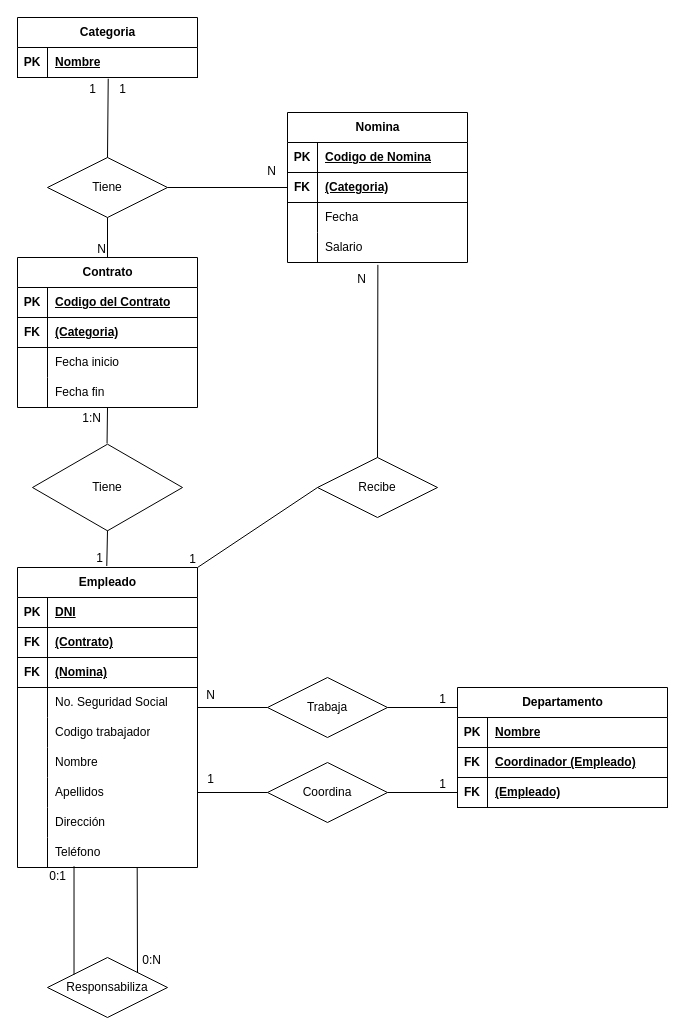
Above: Ejercicio_7_Organigrama.drawio in BasementHalfStackDev/ejercicios-ud12 (draw.io), before the change. Source tidied: cells renumbered, new cells numbered last; positions are measured from the earlier drawing's top-left corner, leaving out a move shared by most shapes. Both pictures are drawn from the tidied source at 100%, with x=0, y=0 at pixel (17, 17).
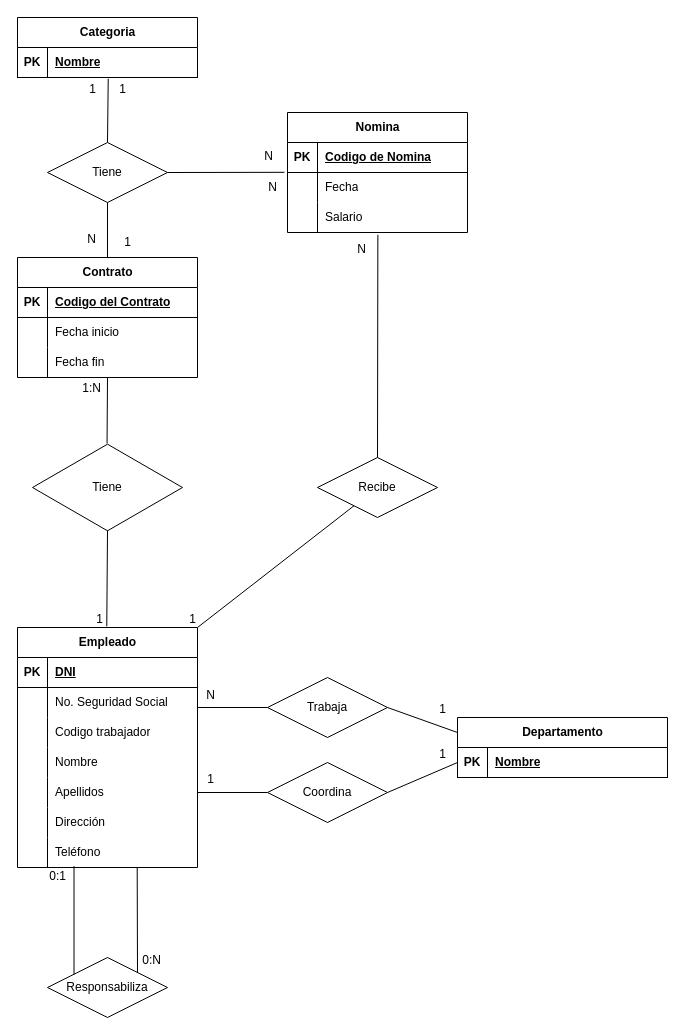
The same diagram, later.

Unchanged cells that the change refers to:
```xml
<mxCell id="54" value="Trabaja" style="shape=rhombus;perimeter=rhombusPerimeter;whiteSpace=wrap;html=1;align=center;" parent="1" vertex="1">
  <mxGeometry x="250" y="660" width="120" height="60" as="geometry" />
</mxCell>
<mxCell id="63" value="Coordina" style="shape=rhombus;perimeter=rhombusPerimeter;whiteSpace=wrap;html=1;align=center;" parent="1" vertex="1">
  <mxGeometry x="250" y="745" width="120" height="60" as="geometry" />
</mxCell>
<mxCell id="87" value="Recibe" style="shape=rhombus;perimeter=rhombusPerimeter;whiteSpace=wrap;html=1;align=center;" parent="1" vertex="1">
  <mxGeometry x="300" y="440" width="120" height="60" as="geometry" />
</mxCell>
<mxCell id="94" style="endArrow=none;html=1;rounded=0;entryX=0.5;entryY=0;entryDx=0;entryDy=0;exitX=0.5;exitY=1;exitDx=0;exitDy=0;" parent="1" edge="1" source="73" target="40">
  <mxGeometry relative="1" as="geometry" />
</mxCell>
```

Change to the diagram source:
```diff
@@
     <mxCell id="2" value="Empleado" style="shape=table;startSize=30;childLayout=tableLayout;rowLines=0;fontStyle=1;align=center;html=1;" parent="1" vertex="1">
-      <mxGeometry y="550" width="180" height="300" as="geometry" />
+      <mxGeometry y="610" width="180" height="240" as="geometry" />
     </mxCell>
@@
-    <mxCell id="6" style="shape=tableRow;horizontal=0;startSize=0;swimlaneHead=0;swimlaneBody=0;fillColor=none;top=0;left=0;right=0;bottom=1;" parent="2" vertex="1">
-      <mxGeometry y="60" width="180" height="30" as="geometry" />
-    </mxCell>
-    <mxCell id="7" value="FK" style="shape=partialRectangle;fillColor=none;top=0;left=0;bottom=0;right=0;fontStyle=1;overflow=hidden;whiteSpace=wrap;html=1;" parent="6" vertex="1">
-      <mxGeometry width="30" height="30" as="geometry" />
-    </mxCell>
-    <mxCell id="8" value="(Contrato)" style="shape=partialRectangle;fillColor=none;top=0;left=0;bottom=0;right=0;align=left;spacingLeft=6;fontStyle=5;overflow=hidden;whiteSpace=wrap;html=1;" parent="6" vertex="1">
-      <mxGeometry x="30" width="150" height="30" as="geometry" />
-    </mxCell>
-    <mxCell id="9" style="shape=tableRow;horizontal=0;startSize=0;swimlaneHead=0;swimlaneBody=0;fillColor=none;top=0;left=0;right=0;bottom=1;" parent="2" vertex="1">
-      <mxGeometry y="90" width="180" height="30" as="geometry" />
-    </mxCell>
-    <mxCell id="10" value="FK" style="shape=partialRectangle;fillColor=none;top=0;left=0;bottom=0;right=0;fontStyle=1;overflow=hidden;whiteSpace=wrap;html=1;" parent="9" vertex="1">
-      <mxGeometry width="30" height="30" as="geometry" />
-    </mxCell>
-    <mxCell id="11" value="(Nomina)" style="shape=partialRectangle;fillColor=none;top=0;left=0;bottom=0;right=0;align=left;spacingLeft=6;fontStyle=5;overflow=hidden;whiteSpace=wrap;html=1;" parent="9" vertex="1">
-      <mxGeometry x="30" width="150" height="30" as="geometry" />
-    </mxCell>
     <mxCell id="12" style="shape=tableRow;horizontal=0;startSize=0;swimlaneHead=0;swimlaneBody=0;fillColor=none;points=[[0,0.5],[1,0.5]];portConstraint=eastwest;top=0;left=0;right=0;bottom=0;" parent="2" vertex="1">
-      <mxGeometry y="120" width="180" height="30" as="geometry" />
+      <mxGeometry y="60" width="180" height="30" as="geometry" />
     </mxCell>
@@
     <mxCell id="15" style="shape=tableRow;horizontal=0;startSize=0;swimlaneHead=0;swimlaneBody=0;fillColor=none;top=0;left=0;right=0;bottom=0;" parent="2" vertex="1">
-      <mxGeometry y="150" width="180" height="30" as="geometry" />
+      <mxGeometry y="90" width="180" height="30" as="geometry" />
     </mxCell>
@@
     <mxCell id="18" style="shape=tableRow;horizontal=0;startSize=0;swimlaneHead=0;swimlaneBody=0;fillColor=none;top=0;left=0;right=0;bottom=0;" parent="2" vertex="1">
-      <mxGeometry y="180" width="180" height="30" as="geometry" />
+      <mxGeometry y="120" width="180" height="30" as="geometry" />
     </mxCell>
@@
     <mxCell id="21" style="shape=tableRow;horizontal=0;startSize=0;swimlaneHead=0;swimlaneBody=0;fillColor=none;points=[[0,0.5],[1,0.5]];portConstraint=eastwest;top=0;left=0;right=0;bottom=0;" parent="2" vertex="1">
-      <mxGeometry y="210" width="180" height="30" as="geometry" />
+      <mxGeometry y="150" width="180" height="30" as="geometry" />
     </mxCell>
@@
     <mxCell id="24" style="shape=tableRow;horizontal=0;startSize=0;swimlaneHead=0;swimlaneBody=0;fillColor=none;top=0;left=0;right=0;bottom=0;" parent="2" vertex="1">
-      <mxGeometry y="240" width="180" height="30" as="geometry" />
+      <mxGeometry y="180" width="180" height="30" as="geometry" />
     </mxCell>
@@
     <mxCell id="27" style="shape=tableRow;horizontal=0;startSize=0;swimlaneHead=0;swimlaneBody=0;fillColor=none;points=[[0,0.5],[1,0.5]];portConstraint=eastwest;top=0;left=0;right=0;bottom=0;" parent="2" vertex="1">
-      <mxGeometry y="270" width="180" height="30" as="geometry" />
+      <mxGeometry y="210" width="180" height="30" as="geometry" />
     </mxCell>
@@
     <mxCell id="30" value="Departamento" style="shape=table;startSize=30;childLayout=tableLayout;rowLines=0;fontStyle=1;align=center;html=1;" parent="1" vertex="1">
-      <mxGeometry x="440" y="670" width="210" height="120" as="geometry" />
+      <mxGeometry x="440" y="700" width="210" height="60" as="geometry" />
     </mxCell>
@@
-    <mxCell id="34" style="shape=tableRow;horizontal=0;startSize=0;swimlaneHead=0;swimlaneBody=0;fillColor=none;top=0;left=0;right=0;bottom=1;" parent="30" vertex="1">
-      <mxGeometry y="60" width="210" height="30" as="geometry" />
-    </mxCell>
-    <mxCell id="35" value="FK" style="shape=partialRectangle;fillColor=none;top=0;left=0;bottom=0;right=0;fontStyle=1;overflow=hidden;whiteSpace=wrap;html=1;" parent="34" vertex="1">
-      <mxGeometry width="30" height="30" as="geometry" />
-    </mxCell>
-    <mxCell id="36" value="Coordinador (Empleado)" style="shape=partialRectangle;fillColor=none;top=0;left=0;bottom=0;right=0;align=left;spacingLeft=6;fontStyle=5;overflow=hidden;whiteSpace=wrap;html=1;" parent="34" vertex="1">
-      <mxGeometry x="30" width="180" height="30" as="geometry" />
-    </mxCell>
-    <mxCell id="37" style="shape=tableRow;horizontal=0;startSize=0;swimlaneHead=0;swimlaneBody=0;fillColor=none;points=[[0,0.5],[1,0.5]];portConstraint=eastwest;top=0;left=0;right=0;bottom=1;" parent="30" vertex="1">
-      <mxGeometry y="90" width="210" height="30" as="geometry" />
-    </mxCell>
-    <mxCell id="38" value="FK" style="shape=partialRectangle;fillColor=none;top=0;left=0;bottom=0;right=0;fontStyle=1;overflow=hidden;whiteSpace=wrap;html=1;" parent="37" vertex="1">
-      <mxGeometry width="30" height="30" as="geometry" />
-    </mxCell>
-    <mxCell id="39" value="(Empleado)" style="shape=partialRectangle;fillColor=none;top=0;left=0;bottom=0;right=0;align=left;spacingLeft=6;fontStyle=5;overflow=hidden;whiteSpace=wrap;html=1;" parent="37" vertex="1">
-      <mxGeometry x="30" width="180" height="30" as="geometry" />
-    </mxCell>
     <mxCell id="40" value="Contrato" style="shape=table;startSize=30;childLayout=tableLayout;rowLines=0;fontStyle=1;align=center;html=1;" parent="1" vertex="1">
-      <mxGeometry y="240" width="180" height="150" as="geometry" />
+      <mxGeometry y="240" width="180" height="120" as="geometry" />
     </mxCell>
@@
-    <mxCell id="44" style="shape=tableRow;horizontal=0;startSize=0;swimlaneHead=0;swimlaneBody=0;fillColor=none;top=0;left=0;right=0;bottom=1;" parent="40" vertex="1">
-      <mxGeometry y="60" width="180" height="30" as="geometry" />
-    </mxCell>
-    <mxCell id="45" value="FK" style="shape=partialRectangle;fillColor=none;top=0;left=0;bottom=0;right=0;fontStyle=1;overflow=hidden;whiteSpace=wrap;html=1;" parent="44" vertex="1">
-      <mxGeometry width="30" height="30" as="geometry" />
-    </mxCell>
-    <mxCell id="46" value="(Categoria)" style="shape=partialRectangle;fillColor=none;top=0;left=0;bottom=0;right=0;align=left;spacingLeft=6;fontStyle=5;overflow=hidden;whiteSpace=wrap;html=1;" parent="44" vertex="1">
-      <mxGeometry x="30" width="150" height="30" as="geometry" />
-    </mxCell>
     <mxCell id="47" style="shape=tableRow;horizontal=0;startSize=0;swimlaneHead=0;swimlaneBody=0;fillColor=none;top=0;left=0;right=0;bottom=0;" parent="40" vertex="1">
-      <mxGeometry y="90" width="180" height="30" as="geometry" />
+      <mxGeometry y="60" width="180" height="30" as="geometry" />
     </mxCell>
@@
     <mxCell id="50" style="shape=tableRow;horizontal=0;startSize=0;swimlaneHead=0;swimlaneBody=0;fillColor=none;points=[[0,0.5],[1,0.5]];portConstraint=eastwest;top=0;left=0;right=0;bottom=0;" parent="40" vertex="1">
-      <mxGeometry y="120" width="180" height="30" as="geometry" />
+      <mxGeometry y="90" width="180" height="30" as="geometry" />
     </mxCell>
@@
-    <mxCell id="55" style="endArrow=none;html=1;rounded=0;exitX=1;exitY=0.5;exitDx=0;exitDy=0;" parent="1" edge="1" source="54">
-      <mxGeometry relative="1" as="geometry">
-        <mxPoint x="440" y="690" as="targetPoint" />
-      </mxGeometry>
+    <mxCell id="55" style="endArrow=none;html=1;rounded=0;exitX=1;exitY=0.5;exitDx=0;exitDy=0;entryX=0;entryY=0.25;entryDx=0;entryDy=0;" parent="1" edge="1" source="54" target="30">
+      <mxGeometry relative="1" as="geometry" />
     </mxCell>
     <mxCell id="56" value="1" style="html=1;whiteSpace=wrap;align=right;verticalAlign=bottom;" parent="55" vertex="1">
       <mxGeometry x="1" relative="1" as="geometry">
-        <mxPoint x="-10" as="offset" />
+        <mxPoint x="-10" y="-15" as="offset" />
       </mxGeometry>
     </mxCell>
@@
-    <mxCell id="66" style="endArrow=none;html=1;rounded=0;entryX=0;entryY=0.5;entryDx=0;entryDy=0;exitX=1;exitY=0.5;exitDx=0;exitDy=0;" parent="1" edge="1" source="63" target="37">
-      <mxGeometry relative="1" as="geometry" />
+    <mxCell id="66" style="endArrow=none;html=1;rounded=0;entryX=0;entryY=0.5;entryDx=0;entryDy=0;exitX=1;exitY=0.5;exitDx=0;exitDy=0;" parent="1" edge="1" source="63">
+      <mxGeometry relative="1" as="geometry">
+        <mxPoint x="440" y="745" as="targetPoint" />
+      </mxGeometry>
     </mxCell>
@@
     <mxCell id="73" value="Tiene" style="shape=rhombus;perimeter=rhombusPerimeter;whiteSpace=wrap;html=1;align=center;" parent="1" vertex="1">
-      <mxGeometry x="30" y="140" width="120" height="60" as="geometry" />
+      <mxGeometry x="30" y="125" width="120" height="60" as="geometry" />
     </mxCell>
     <mxCell id="74" value="Nomina" style="shape=table;startSize=30;childLayout=tableLayout;rowLines=0;fontStyle=1;align=center;html=1;" parent="1" vertex="1">
-      <mxGeometry x="270" y="95" width="180" height="150" as="geometry" />
+      <mxGeometry x="270" y="95" width="180" height="120" as="geometry" />
     </mxCell>
@@
-    <mxCell id="78" style="shape=tableRow;horizontal=0;startSize=0;swimlaneHead=0;swimlaneBody=0;fillColor=none;points=[[0,0.5],[1,0.5]];portConstraint=eastwest;top=0;left=0;right=0;bottom=1;" parent="74" vertex="1">
-      <mxGeometry y="60" width="180" height="30" as="geometry" />
-    </mxCell>
-    <mxCell id="79" value="FK" style="shape=partialRectangle;fillColor=none;top=0;left=0;bottom=0;right=0;fontStyle=1;overflow=hidden;whiteSpace=wrap;html=1;" parent="78" vertex="1">
-      <mxGeometry width="30" height="30" as="geometry" />
-    </mxCell>
-    <mxCell id="80" value="(Categoria)" style="shape=partialRectangle;fillColor=none;top=0;left=0;bottom=0;right=0;align=left;spacingLeft=6;fontStyle=5;overflow=hidden;whiteSpace=wrap;html=1;" parent="78" vertex="1">
-      <mxGeometry x="30" width="150" height="30" as="geometry" />
-    </mxCell>
     <mxCell id="81" style="shape=tableRow;horizontal=0;startSize=0;swimlaneHead=0;swimlaneBody=0;fillColor=none;points=[[0,0.5],[1,0.5]];portConstraint=eastwest;top=0;left=0;right=0;bottom=0;" parent="74" vertex="1">
-      <mxGeometry y="90" width="180" height="30" as="geometry" />
+      <mxGeometry y="60" width="180" height="30" as="geometry" />
     </mxCell>
@@
     <mxCell id="84" style="shape=tableRow;horizontal=0;startSize=0;swimlaneHead=0;swimlaneBody=0;fillColor=none;points=[[0,0.5],[1,0.5]];portConstraint=eastwest;top=0;left=0;right=0;bottom=0;" parent="74" vertex="1">
-      <mxGeometry y="120" width="180" height="30" as="geometry" />
+      <mxGeometry y="90" width="180" height="30" as="geometry" />
     </mxCell>
@@
     <mxCell id="95" value="N" style="html=1;whiteSpace=wrap;align=right;verticalAlign=bottom;" parent="94" vertex="1">
-      <mxGeometry x="1" relative="1" as="geometry" />
+      <mxGeometry x="1" relative="1" as="geometry">
+        <mxPoint x="-10" y="-10" as="offset" />
+      </mxGeometry>
     </mxCell>
@@
-    <mxCell id="98" style="endArrow=none;html=1;rounded=0;entryX=1;entryY=0;entryDx=0;entryDy=0;exitX=0;exitY=0.5;exitDx=0;exitDy=0;" parent="1" edge="1" source="87" target="2">
+    <mxCell id="98" style="endArrow=none;html=1;rounded=0;entryX=1;entryY=0;entryDx=0;entryDy=0;" parent="1" edge="1" source="87" target="2">
       <mxGeometry relative="1" as="geometry" />
     </mxCell>
@@
-    <mxCell id="100" style="endArrow=none;html=1;rounded=0;entryX=0;entryY=0.5;entryDx=0;entryDy=0;exitX=1;exitY=0.5;exitDx=0;exitDy=0;" parent="1" edge="1" source="73" target="78">
+    <mxCell id="100" style="endArrow=none;html=1;rounded=0;entryX=-0.017;entryY=-0.006;entryDx=0;entryDy=0;exitX=1;exitY=0.5;exitDx=0;exitDy=0;entryPerimeter=0;" parent="1" edge="1" source="73" target="81">
       <mxGeometry relative="1" as="geometry" />
     </mxCell>
@@
+    <mxCell id="103" value="N" style="text;html=1;align=center;verticalAlign=middle;strokeColor=none;fillColor=none;" parent="1" vertex="1">
+      <mxGeometry x="240" y="155" width="30" height="30" as="geometry" />
+    </mxCell>
+    <mxCell id="104" value="1" style="text;html=1;align=center;verticalAlign=middle;strokeColor=none;fillColor=none;" parent="1" vertex="1">
+      <mxGeometry x="95" y="210" width="30" height="30" as="geometry" />
+    </mxCell>
```
